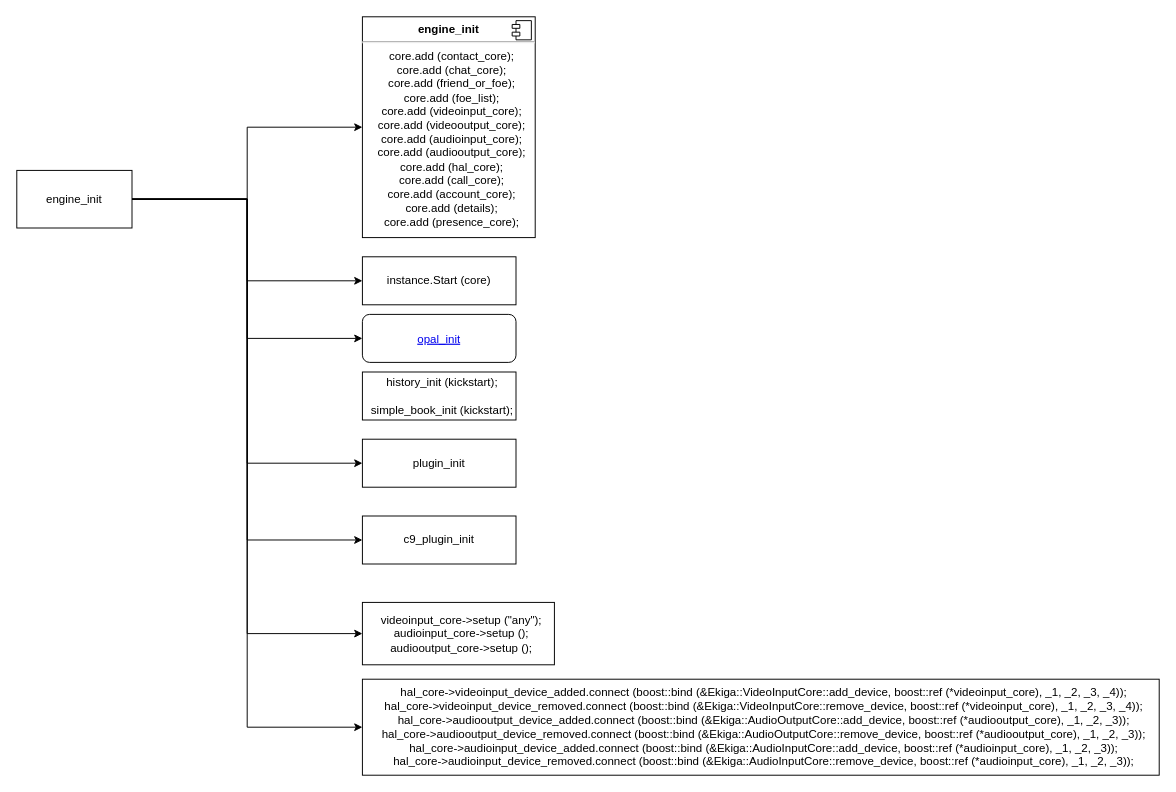
Above: page "engine_init" (2 of 4) of sdk_int.drawio in GavinLook/videolearning (draw.io), before the change. Source tidied: cells renumbered, new cells numbered last; positions are measured from the earlier drawing's top-left corner, leaving out a move shared by most shapes. Both pictures are drawn from the tidied source at 96%, with x=0, y=0 at pixel (16, 16).
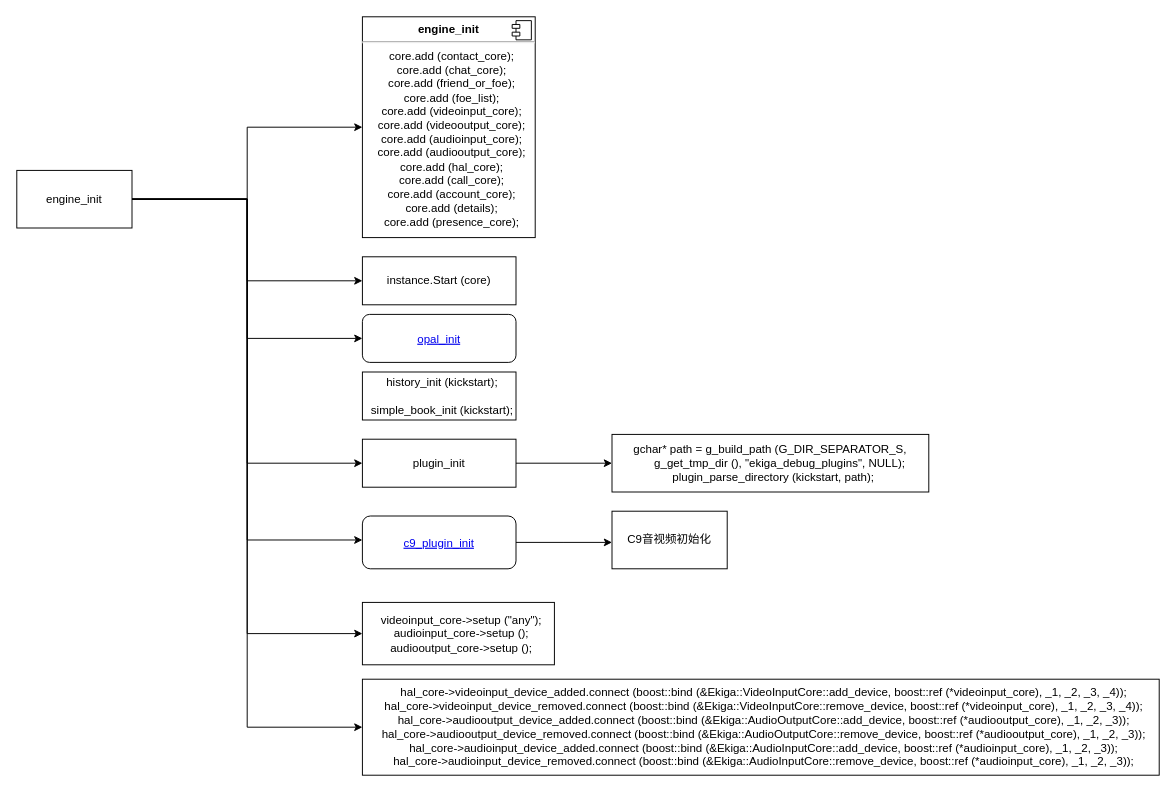
The same diagram, later.

Unchanged cells that the change refers to:
```xml
<mxCell id="9" value="engine_init" style="rounded=0;whiteSpace=wrap;html=1;" parent="1" vertex="1">
  <mxGeometry y="160" width="120" height="60" as="geometry" />
</mxCell>
<mxCell id="14" value="plugin_init" style="html=1;whiteSpace=wrap;" parent="1" vertex="1">
  <mxGeometry x="360" y="440" width="160" height="50" as="geometry" />
</mxCell>
```

Change to the diagram source:
```diff
@@
-    <mxCell id="6" style="edgeStyle=orthogonalEdgeStyle;rounded=0;jettySize=auto;html=1;entryX=0;entryY=0.5;entryDx=0;entryDy=0;" parent="1" edge="1" source="9" target="15">
-      <mxGeometry relative="1" as="geometry" />
+    <mxCell id="6" style="edgeStyle=orthogonalEdgeStyle;rounded=0;jettySize=auto;html=1;entryX=0;entryY=0.5;entryDx=0;entryDy=0;" parent="1" edge="1" source="9">
+      <mxGeometry relative="1" as="geometry">
+        <mxPoint x="360" y="545" as="targetPoint" />
+        <Array as="points">
+          <mxPoint x="240" y="190" />
+          <mxPoint x="240" y="545" />
+        </Array>
+      </mxGeometry>
     </mxCell>
@@
+    <mxCell id="19" style="edgeStyle=orthogonalEdgeStyle;rounded=0;jettySize=auto;html=1;" parent="1" edge="1" source="14" target="20">
+      <mxGeometry relative="1" as="geometry" />
+    </mxCell>
@@
-    <mxCell id="15" value="c9_plugin_init" style="html=1;whiteSpace=wrap;" parent="1" vertex="1">
-      <mxGeometry x="360" y="520" width="160" height="50" as="geometry" />
-    </mxCell>
@@
+    <mxCell id="20" value="&lt;div&gt;gchar* path = g_build_path (G_DIR_SEPARATOR_S,&lt;/div&gt;&lt;div&gt;   &amp;nbsp; &amp;nbsp; &amp;nbsp; g_get_tmp_dir (), &quot;ekiga_debug_plugins&quot;, NULL);&lt;/div&gt;&lt;div&gt;&amp;nbsp; plugin_parse_directory (kickstart, path);&lt;/div&gt;" style="whiteSpace=wrap;html=1;" parent="1" vertex="1">
+      <mxGeometry x="620" y="435" width="330" height="60" as="geometry" />
+    </mxCell>
+    <mxCell id="21" style="edgeStyle=orthogonalEdgeStyle;rounded=0;jettySize=auto;html=1;" parent="1" edge="1" source="15">
+      <mxGeometry relative="1" as="geometry">
+        <mxPoint x="620" y="547.5" as="targetPoint" />
+      </mxGeometry>
+    </mxCell>
+    <mxCell id="15" value="c9_plugin_init" style="fontColor=#0000EE;fontStyle=4;rounded=1;overflow=hidden;spacing=10;" parent="1" vertex="1">
+      <mxGeometry x="360" y="520" width="160" height="55" as="geometry" />
+    </mxCell>
+    <mxCell id="22" value="C9音视频初始化" style="rounded=0;whiteSpace=wrap;html=1;" parent="1" vertex="1">
+      <mxGeometry x="620" y="515" width="120" height="60" as="geometry" />
+    </mxCell>
```
